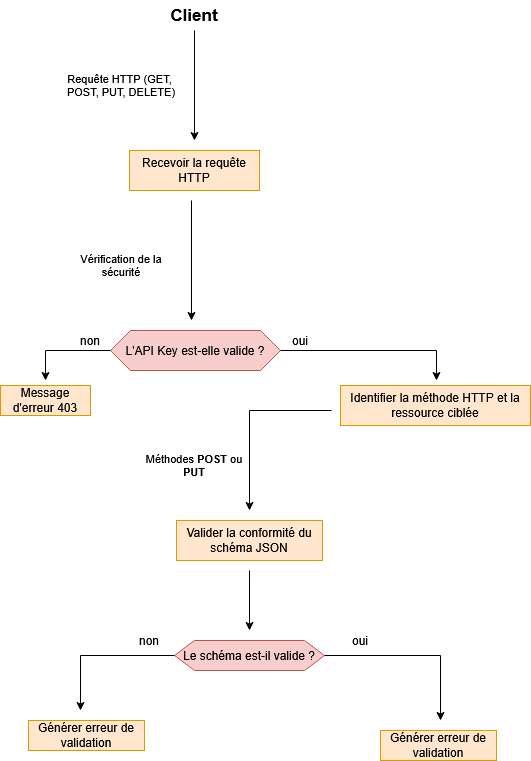
This is Workflow/Workflow.png from hafsaa22/API_REST_Serverless, a draw.io export, as it was before one commit. Source tidied: cells renumbered, new cells last; positions are measured from the earlier drawing's top-left corner, leaving out a move shared by most shapes. Its diagram source:
```xml
<mxGraphModel>
  <root>
    <mxCell id="0" />
    <mxCell id="1" parent="0" />
    <mxCell id="2" value="L'API Key est-elle valide ?" style="shape=hexagon;perimeter=hexagonPerimeter2;whiteSpace=wrap;html=1;fixedSize=1;fillColor=#f8cecc;strokeColor=#b85450;" parent="1" vertex="1">
      <mxGeometry x="110" y="330" width="170" height="40" as="geometry" />
    </mxCell>
    <mxCell id="3" value="Message d'erreur 403" style="rounded=0;whiteSpace=wrap;html=1;fillColor=#ffe6cc;strokeColor=#d79b00;" parent="1" vertex="1">
      <mxGeometry y="385" width="90" height="30" as="geometry" />
    </mxCell>
    <mxCell id="4" style="endArrow=classic;html=1;rounded=0;exitX=0;exitY=0.5;exitDx=0;exitDy=0;" parent="1" edge="1" source="2">
      <mxGeometry relative="1" as="geometry">
        <mxPoint x="45" y="380" as="targetPoint" />
        <Array as="points">
          <mxPoint x="45" y="350" />
        </Array>
      </mxGeometry>
    </mxCell>
    <mxCell id="5" value="non" style="text;html=1;whiteSpace=wrap;strokeColor=none;fillColor=none;align=center;verticalAlign=middle;rounded=0;" parent="1" vertex="1">
      <mxGeometry x="70" y="330" width="40" height="20" as="geometry" />
    </mxCell>
    <mxCell id="6" value=" Identifier la méthode HTTP et la ressource ciblée" style="rounded=0;whiteSpace=wrap;html=1;fillColor=#ffe6cc;strokeColor=#d79b00;" parent="1" vertex="1">
      <mxGeometry x="340" y="385" width="190" height="40" as="geometry" />
    </mxCell>
    <mxCell id="7" style="endArrow=classic;html=1;rounded=0;exitX=1;exitY=0.5;exitDx=0;exitDy=0;" parent="1" edge="1" source="2">
      <mxGeometry relative="1" as="geometry">
        <mxPoint x="436" y="380" as="targetPoint" />
        <Array as="points">
          <mxPoint x="436" y="350" />
        </Array>
      </mxGeometry>
    </mxCell>
    <mxCell id="8" value="oui" style="text;html=1;whiteSpace=wrap;strokeColor=none;fillColor=none;align=center;verticalAlign=middle;rounded=0;" parent="1" vertex="1">
      <mxGeometry x="280" y="330" width="40" height="20" as="geometry" />
    </mxCell>
    <mxCell id="9" value="Valider la conformité du schéma JSON" style="rounded=0;whiteSpace=wrap;html=1;fillColor=#ffe6cc;strokeColor=#d79b00;" parent="1" vertex="1">
      <mxGeometry x="176" y="520" width="146" height="40" as="geometry" />
    </mxCell>
    <mxCell id="10" style="endArrow=classic;html=1;rounded=0;" parent="1" edge="1">
      <mxGeometry relative="1" as="geometry">
        <mxPoint x="331" y="410" as="sourcePoint" />
        <mxPoint x="249" y="510" as="targetPoint" />
        <Array as="points">
          <mxPoint x="249" y="410" />
        </Array>
      </mxGeometry>
    </mxCell>
    <mxCell id="11" style="endArrow=classic;html=1;rounded=0;" parent="1" edge="1">
      <mxGeometry relative="1" as="geometry">
        <mxPoint x="249" y="570" as="sourcePoint" />
        <mxPoint x="249" y="630" as="targetPoint" />
      </mxGeometry>
    </mxCell>
    <mxCell id="12" style="edgeStyle=orthogonalEdgeStyle;rounded=0;jettySize=auto;html=1;" parent="1" edge="1" source="13">
      <mxGeometry relative="1" as="geometry">
        <mxPoint x="194" y="140" as="targetPoint" />
      </mxGeometry>
    </mxCell>
    <mxCell id="13" value="&lt;font style=&quot;font-size: 17px;&quot;&gt;&lt;b&gt;Client&lt;/b&gt;&lt;/font&gt;" style="text;html=1;whiteSpace=wrap;strokeColor=none;fillColor=none;align=center;verticalAlign=middle;rounded=0;" parent="1" vertex="1">
      <mxGeometry x="164" width="60" height="30" as="geometry" />
    </mxCell>
    <mxCell id="14" value="&lt;div&gt;Requête HTTP (GET,&amp;nbsp;&lt;/div&gt;&lt;div&gt;POST, PUT, DELETE)&lt;/div&gt;" style="text;html=1;whiteSpace=wrap;strokeColor=none;fillColor=none;align=center;verticalAlign=middle;rounded=0;fontSize=11;" parent="1" vertex="1">
      <mxGeometry x="32" y="70" width="178" height="30" as="geometry" />
    </mxCell>
    <mxCell id="15" value="Recevoir la requête HTTP" style="rounded=0;whiteSpace=wrap;html=1;fillColor=#ffe6cc;strokeColor=#d79b00;" parent="1" vertex="1">
      <mxGeometry x="129" y="150" width="130" height="40" as="geometry" />
    </mxCell>
    <mxCell id="16" style="endArrow=classic;html=1;rounded=0;" parent="1" edge="1">
      <mxGeometry relative="1" as="geometry">
        <mxPoint x="191" y="200" as="sourcePoint" />
        <mxPoint x="191" y="320" as="targetPoint" />
      </mxGeometry>
    </mxCell>
    <mxCell id="17" value="Vérification de la sécurité" style="text;html=1;whiteSpace=wrap;strokeColor=none;fillColor=none;align=center;verticalAlign=middle;rounded=0;fontSize=11;" parent="1" vertex="1">
      <mxGeometry x="61" y="250" width="120" height="30" as="geometry" />
    </mxCell>
    <mxCell id="18" value="Méthodes &lt;b&gt;POST&lt;/b&gt; ou &lt;b&gt;PUT&lt;/b&gt;" style="text;html=1;whiteSpace=wrap;strokeColor=none;fillColor=none;align=center;verticalAlign=middle;rounded=0;fontSize=11;" parent="1" vertex="1">
      <mxGeometry x="144" y="450" width="100" height="30" as="geometry" />
    </mxCell>
    <mxCell id="19" value="Le schéma est-il valide ?" style="shape=hexagon;perimeter=hexagonPerimeter2;whiteSpace=wrap;html=1;fixedSize=1;fillColor=#f8cecc;strokeColor=#b85450;" parent="1" vertex="1">
      <mxGeometry x="174" y="640" width="150" height="30" as="geometry" />
    </mxCell>
    <mxCell id="20" style="endArrow=classic;html=1;rounded=0;exitX=0;exitY=0.5;exitDx=0;exitDy=0;" parent="1" edge="1" source="19">
      <mxGeometry relative="1" as="geometry">
        <mxPoint x="80" y="710" as="targetPoint" />
        <Array as="points">
          <mxPoint x="80" y="655" />
        </Array>
      </mxGeometry>
    </mxCell>
    <mxCell id="21" value="Générer erreur de validation" style="rounded=0;whiteSpace=wrap;html=1;fillColor=#ffe6cc;strokeColor=#d79b00;" parent="1" vertex="1">
      <mxGeometry x="380" y="730" width="116" height="30" as="geometry" />
    </mxCell>
    <mxCell id="22" value="non" style="text;html=1;whiteSpace=wrap;strokeColor=none;fillColor=none;align=center;verticalAlign=middle;rounded=0;" parent="1" vertex="1">
      <mxGeometry x="129" y="630" width="40" height="20" as="geometry" />
    </mxCell>
    <mxCell id="23" value="Générer erreur de validation" style="rounded=0;whiteSpace=wrap;html=1;fillColor=#ffe6cc;strokeColor=#d79b00;" parent="1" vertex="1">
      <mxGeometry x="28" y="720" width="116" height="30" as="geometry" />
    </mxCell>
    <mxCell id="24" style="endArrow=classic;html=1;rounded=0;exitX=1;exitY=0.5;exitDx=0;exitDy=0;" parent="1" edge="1" source="19">
      <mxGeometry relative="1" as="geometry">
        <mxPoint x="440" y="720" as="targetPoint" />
        <Array as="points">
          <mxPoint x="440" y="655" />
        </Array>
      </mxGeometry>
    </mxCell>
    <mxCell id="25" value="oui" style="text;html=1;whiteSpace=wrap;strokeColor=none;fillColor=none;align=center;verticalAlign=middle;rounded=0;" parent="1" vertex="1">
      <mxGeometry x="340" y="630" width="40" height="20" as="geometry" />
    </mxCell>
  </root>
</mxGraphModel>
```
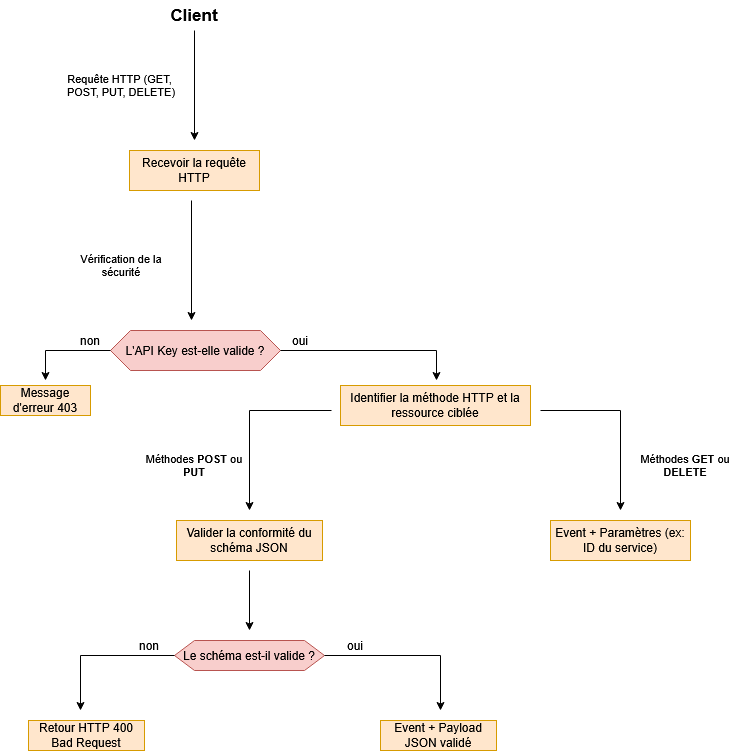
The same diagram one commit later.

Commit message:
Mettre à jour Workflow.png

Change to the diagram source:
```diff
@@ -88,25 +88,40 @@
         </Array>
       </mxGeometry>
     </mxCell>
-    <mxCell id="21" value="Générer erreur de validation" style="rounded=0;whiteSpace=wrap;html=1;fillColor=#ffe6cc;strokeColor=#d79b00;" parent="1" vertex="1">
-      <mxGeometry x="380" y="730" width="116" height="30" as="geometry" />
+    <mxCell id="21" value="Retour HTTP 400 Bad Request" style="rounded=0;whiteSpace=wrap;html=1;fillColor=#ffe6cc;strokeColor=#d79b00;" parent="1" vertex="1">
+      <mxGeometry x="28" y="720" width="116" height="30" as="geometry" />
     </mxCell>
-    <mxCell id="22" value="non" style="text;html=1;whiteSpace=wrap;strokeColor=none;fillColor=none;align=center;verticalAlign=middle;rounded=0;" parent="1" vertex="1">
-      <mxGeometry x="129" y="630" width="40" height="20" as="geometry" />
-    </mxCell>
-    <mxCell id="23" value="Générer erreur de validation" style="rounded=0;whiteSpace=wrap;html=1;fillColor=#ffe6cc;strokeColor=#d79b00;" parent="1" vertex="1">
-      <mxGeometry x="28" y="720" width="116" height="30" as="geometry" />
-    </mxCell>
     <mxCell id="24" style="endArrow=classic;html=1;rounded=0;exitX=1;exitY=0.5;exitDx=0;exitDy=0;" parent="1" edge="1" source="19">
       <mxGeometry relative="1" as="geometry">
-        <mxPoint x="440" y="720" as="targetPoint" />
+        <mxPoint x="440" y="710" as="targetPoint" />
         <Array as="points">
           <mxPoint x="440" y="655" />
         </Array>
       </mxGeometry>
     </mxCell>
-    <mxCell id="25" value="oui" style="text;html=1;whiteSpace=wrap;strokeColor=none;fillColor=none;align=center;verticalAlign=middle;rounded=0;" parent="1" vertex="1">
-      <mxGeometry x="340" y="630" width="40" height="20" as="geometry" />
+    <mxCell id="25" value="oui" style="text;html=1;whiteSpace=wrap;strokeColor=none;fillColor=none;align=center;verticalAlign=middle;rounded=0;fontSize=12;" parent="1" vertex="1">
+      <mxGeometry x="340" y="637.5" width="30" height="15" as="geometry" />
     </mxCell>
+    <mxCell id="26" style="endArrow=classic;html=1;rounded=0;" parent="1" edge="1">
+      <mxGeometry relative="1" as="geometry">
+        <mxPoint x="540" y="410" as="sourcePoint" />
+        <mxPoint x="620" y="510" as="targetPoint" />
+        <Array as="points">
+          <mxPoint x="620" y="410" />
+        </Array>
+      </mxGeometry>
+    </mxCell>
+    <mxCell id="27" value="Méthodes &lt;b&gt;GET&lt;/b&gt; ou &lt;b&gt;DELETE&lt;/b&gt;" style="text;html=1;whiteSpace=wrap;strokeColor=none;fillColor=none;align=center;verticalAlign=middle;rounded=0;fontSize=11;" parent="1" vertex="1">
+      <mxGeometry x="630" y="450" width="110" height="30" as="geometry" />
+    </mxCell>
+    <mxCell id="28" value="Event + Payload JSON validé" style="rounded=0;whiteSpace=wrap;html=1;fillColor=#ffe6cc;strokeColor=#d79b00;" parent="1" vertex="1">
+      <mxGeometry x="380" y="720" width="116" height="30" as="geometry" />
+    </mxCell>
+    <mxCell id="22" value="non" style="text;html=1;whiteSpace=wrap;strokeColor=none;fillColor=none;align=center;verticalAlign=middle;rounded=0;" parent="1" vertex="1">
+      <mxGeometry x="129" y="635" width="40" height="20" as="geometry" />
+    </mxCell>
+    <mxCell id="29" value="Event + Paramètres (ex: ID du service)" style="rounded=0;whiteSpace=wrap;html=1;fillColor=#ffe6cc;strokeColor=#d79b00;" parent="1" vertex="1">
+      <mxGeometry x="550" y="520" width="140" height="40" as="geometry" />
+    </mxCell>
   </root>
 </mxGraphModel>
```
